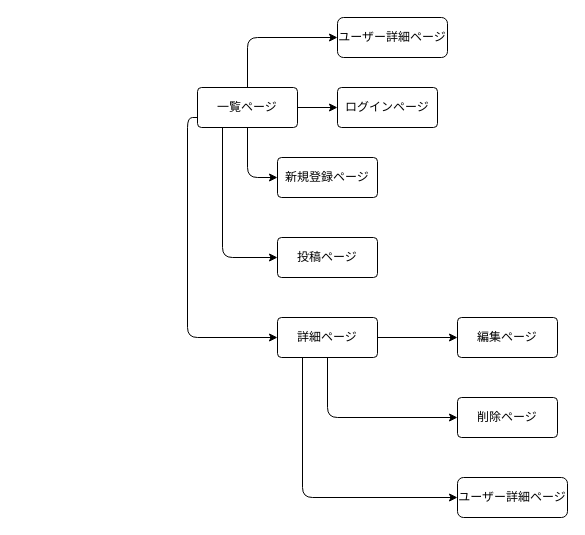
The draw.io diagram transition.dio in umeharaharuki/world_cook, before the edit. Source tidied: cells renumbered, new cells numbered last; positions are measured from the earlier drawing's top-left corner, leaving out a move shared by most shapes. Both pictures are drawn from the tidied source at 100%, with x=0, y=0 at pixel (197, 17).
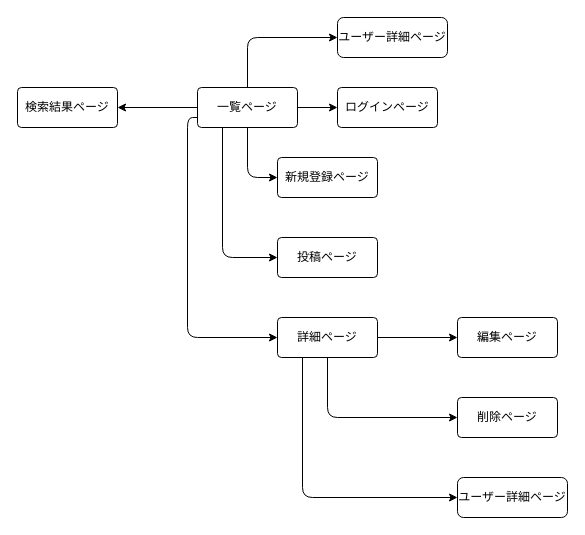
After the change.

The change refers to these unchanged cells:
```xml
<mxCell id="7" value="一覧ページ" style="rounded=1;arcSize=10;whiteSpace=wrap;html=1;align=center;" parent="1" vertex="1">
  <mxGeometry y="70" width="100" height="40" as="geometry" />
</mxCell>
```

Change to the diagram source:
```diff
@@
+    <mxCell id="19" style="edgeStyle=none;html=1;exitX=0;exitY=0.5;exitDx=0;exitDy=0;entryX=1;entryY=0.5;entryDx=0;entryDy=0;" parent="1" edge="1" source="7" target="20">
+      <mxGeometry relative="1" as="geometry" />
+    </mxCell>
@@
+    <mxCell id="20" value="検索結果ページ" style="rounded=1;arcSize=10;whiteSpace=wrap;html=1;align=center;" parent="1" vertex="1">
+      <mxGeometry x="-180" y="70" width="100" height="40" as="geometry" />
+    </mxCell>
```
